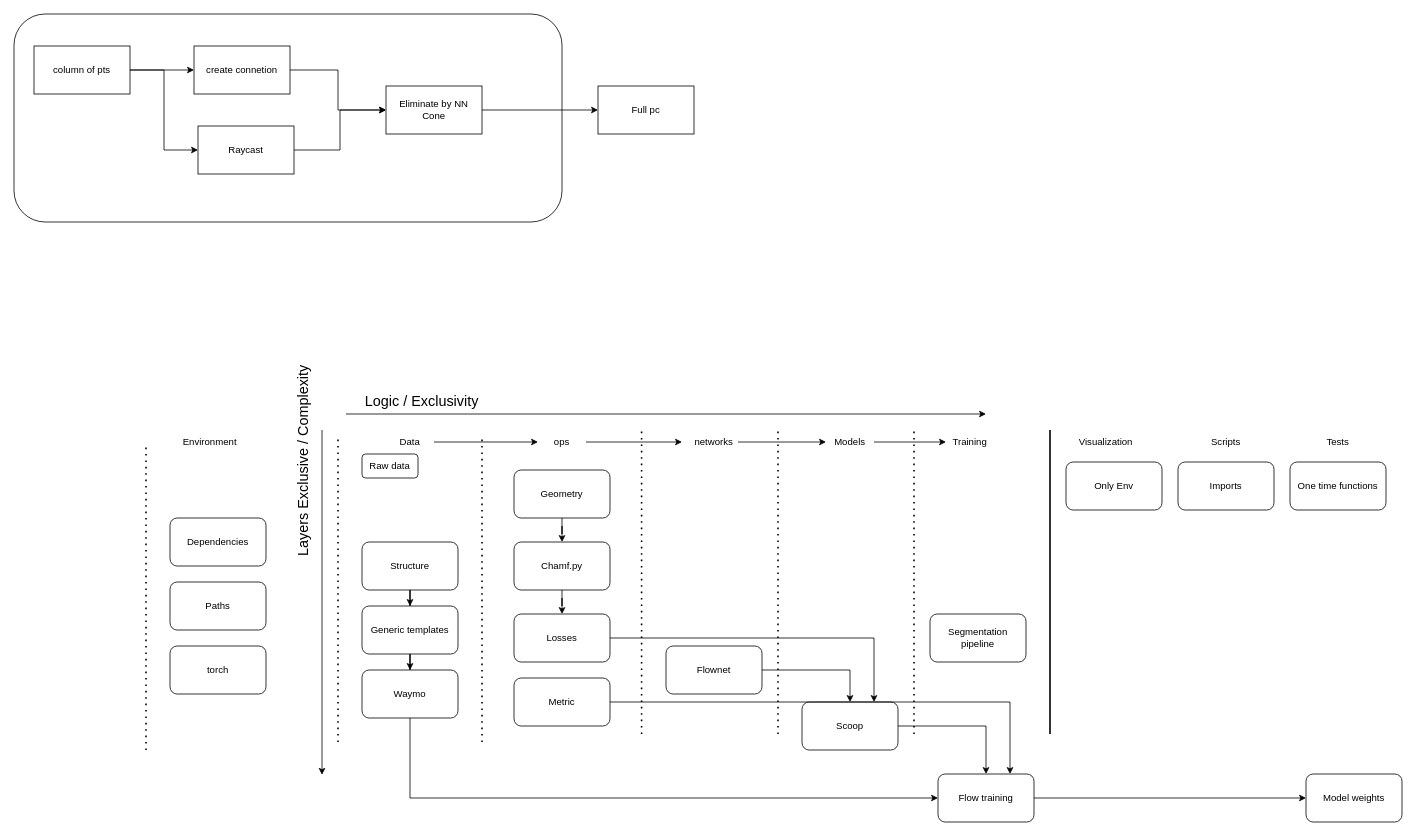
Earlier version of the draw.io diagram drawio/code.drawio (vacany/sac-flow). Source tidied: cells renumbered, new cells numbered last; positions are measured from the earlier drawing's top-left corner, leaving out a move shared by most shapes. Both pictures are drawn from the tidied source at 80%, with x=0, y=0 at pixel (14, 14).
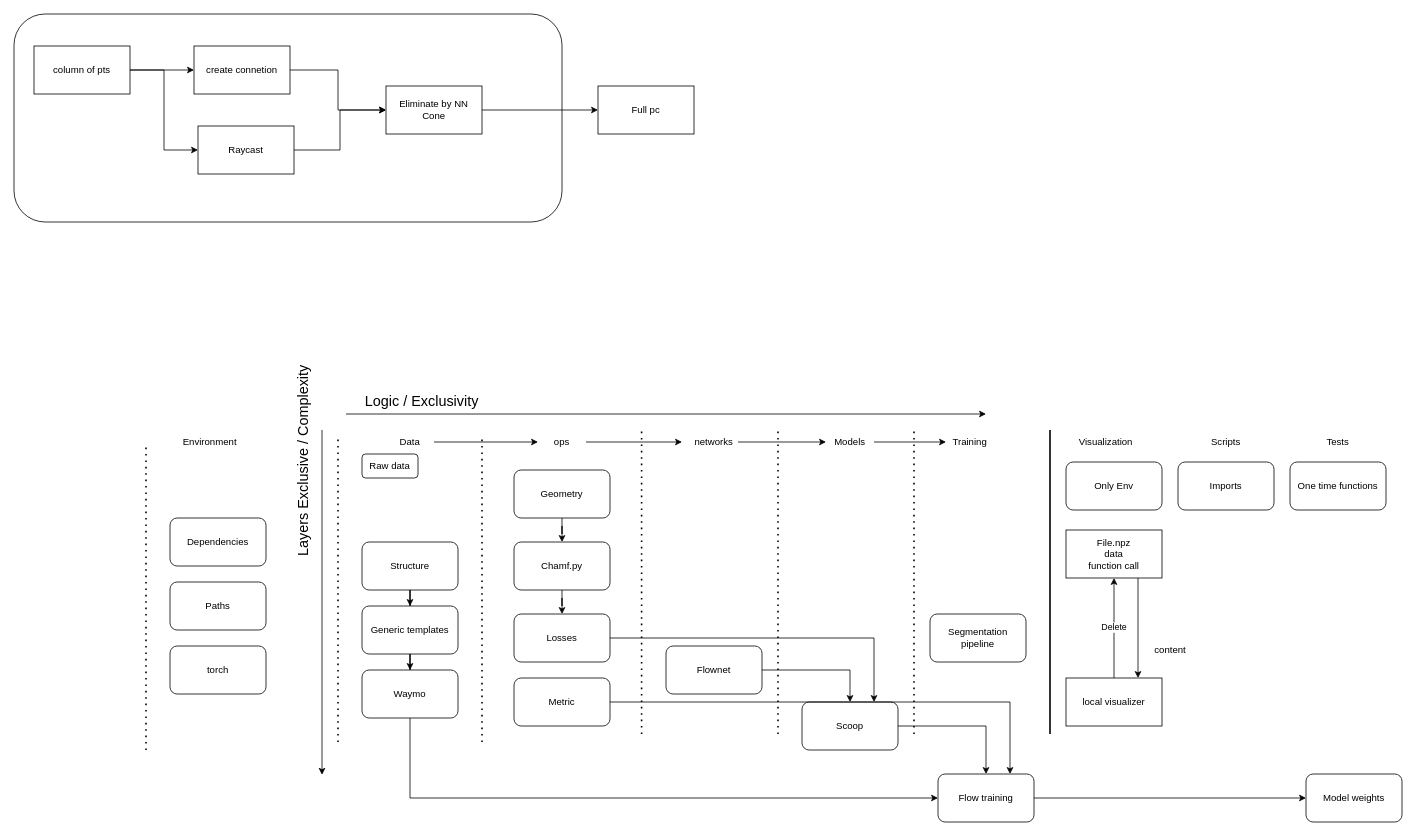
Above is the later version.

Change to the diagram source:
```diff
@@
+    <mxCell id="66" value="Delete" style="edgeStyle=orthogonalEdgeStyle;rounded=0;jettySize=auto;html=1;" parent="1" edge="1" source="67" target="69">
+      <mxGeometry relative="1" as="geometry" />
+    </mxCell>
+    <mxCell id="67" value="local visualizer" style="rounded=0;whiteSpace=wrap;html=1;" parent="1" vertex="1">
+      <mxGeometry x="1315" y="830" width="120" height="60" as="geometry" />
+    </mxCell>
+    <mxCell id="68" style="edgeStyle=orthogonalEdgeStyle;rounded=0;jettySize=auto;html=1;entryX=0.75;entryY=0;entryDx=0;entryDy=0;" parent="1" edge="1" source="69" target="67">
+      <mxGeometry relative="1" as="geometry">
+        <Array as="points">
+          <mxPoint x="1405" y="740" />
+          <mxPoint x="1405" y="740" />
+        </Array>
+      </mxGeometry>
+    </mxCell>
+    <mxCell id="69" value="File.npz&lt;br&gt;data&lt;br&gt;function call" style="rounded=0;whiteSpace=wrap;html=1;" parent="1" vertex="1">
+      <mxGeometry x="1315" y="645" width="120" height="60" as="geometry" />
+    </mxCell>
+    <mxCell id="70" value="content" style="text;html=1;align=center;verticalAlign=middle;strokeColor=none;fillColor=none;" parent="1" vertex="1">
+      <mxGeometry x="1415" y="780" width="60" height="30" as="geometry" />
+    </mxCell>
```
